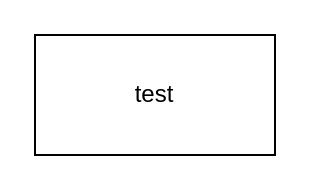
Before: Untitled Diagram.drawio in whoseoyster/cs201, a draw.io diagram. Source tidied: cells renumbered, new cells numbered last; positions are measured from the earlier drawing's top-left corner, leaving out a move shared by most shapes. Both pictures are drawn from the tidied source at 200%, with x=0, y=0 at pixel (34, 34).
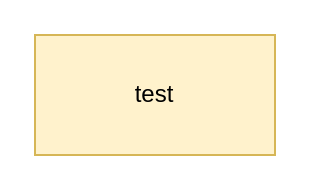
The same page after the edit.

What changed in the source:
```diff
@@
 <mxGraphModel>
   <root>
     <mxCell id="0" />
     <mxCell id="1" parent="0" />
-    <mxCell id="2" value="test" style="rounded=0;whiteSpace=wrap;html=1;" parent="1" vertex="1">
+    <mxCell id="2" value="test" style="rounded=0;whiteSpace=wrap;html=1;fillColor=#fff2cc;strokeColor=#d6b656;" parent="1" vertex="1">
       <mxGeometry width="120" height="60" as="geometry" />
     </mxCell>
   </root>
 </mxGraphModel>
```
